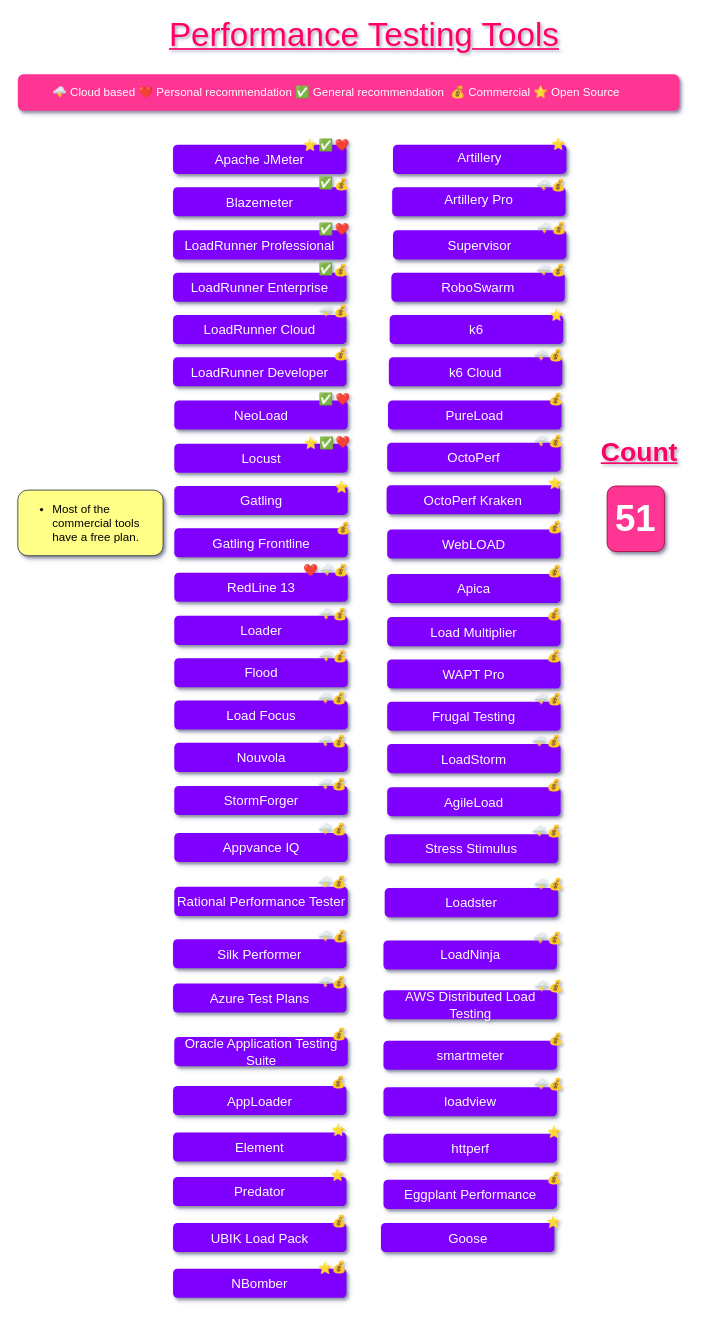
This is PerformanceTestingTools.drawio from QAInsights/Performance-Testing-Tools, a draw.io file, before an edit. Source tidied: cells renumbered, new cells numbered last; positions are measured from the earlier drawing's top-left corner, leaving out a move shared by most shapes. Both pictures are drawn from the tidied source at 83%, with x=0, y=0 at pixel (17, 26).
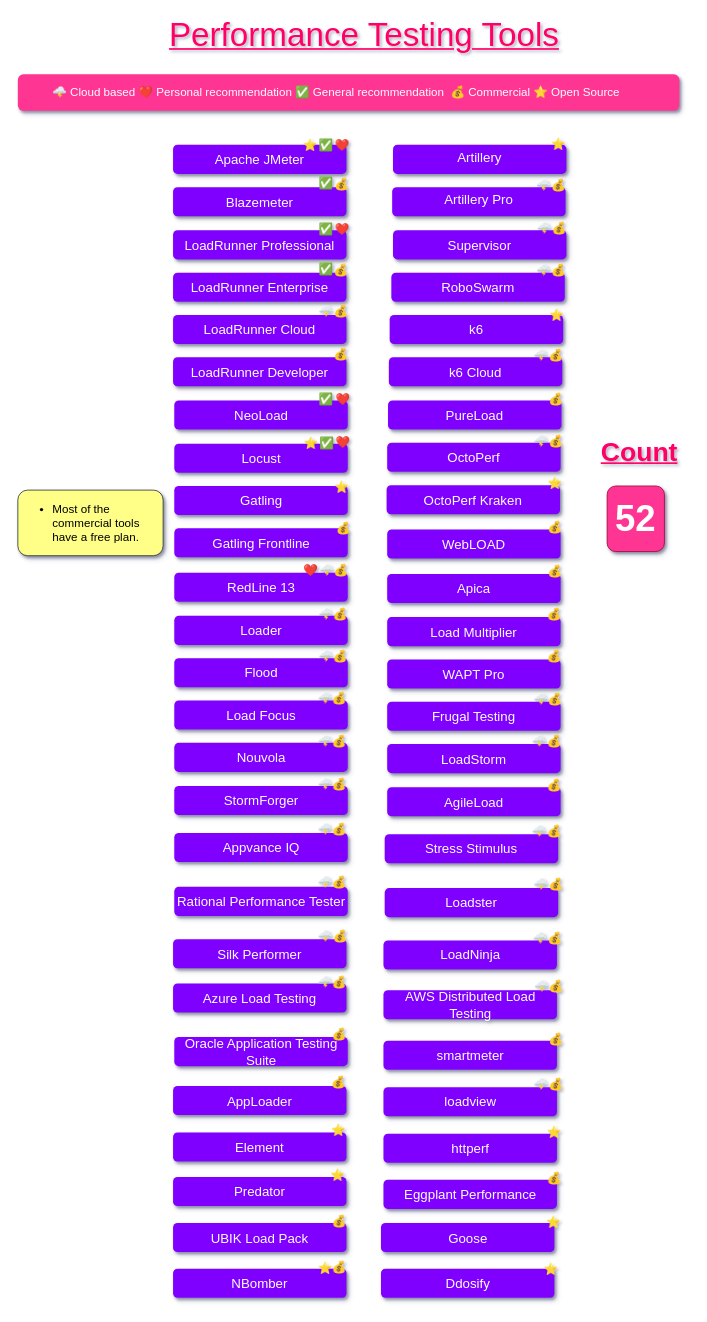
Above is the later version.

Commit message (it also covers changes not shown here):
Add: ddosify and Azure Load Testing

Diff of the diagram source:
```diff
@@
-    <mxCell id="124" value="Azure Test Plans" style="rounded=1;whiteSpace=wrap;html=1;shadow=1;glass=0;labelBackgroundColor=none;sketch=0;fontFamily=Ubuntu;fontSize=16;align=center;spacingRight=0;strokeColor=none;fontColor=#FFFFFF;fillColor=#7F00FF;" parent="1" vertex="1">
+    <mxCell id="124" value="Azure Load Testing" style="rounded=1;whiteSpace=wrap;html=1;shadow=1;glass=0;labelBackgroundColor=none;sketch=0;fontFamily=Ubuntu;fontSize=16;align=center;spacingRight=0;strokeColor=none;fontColor=#FFFFFF;fillColor=#7F00FF;" parent="1" vertex="1">
       <mxGeometry x="187" y="1153.5" width="209" height="35" as="geometry" />
     </mxCell>
@@
-    <mxCell id="159" value="&lt;div&gt;&lt;font style=&quot;font-size: 44px&quot;&gt;&lt;b&gt;51&lt;/b&gt;&lt;/font&gt;&lt;/div&gt;" style="rounded=1;whiteSpace=wrap;html=1;shadow=1;glass=0;labelBackgroundColor=none;sketch=0;fontFamily=Ubuntu;fontSize=14;align=center;spacingRight=0;strokeColor=#A50040;spacingTop=0;spacing=2;fontColor=#ffffff;fillColor=#FF3694;" parent="1" vertex="1">
+    <mxCell id="159" value="&lt;div&gt;&lt;font style=&quot;font-size: 44px&quot;&gt;&lt;b&gt;52&lt;/b&gt;&lt;/font&gt;&lt;/div&gt;" style="rounded=1;whiteSpace=wrap;html=1;shadow=1;glass=0;labelBackgroundColor=none;sketch=0;fontFamily=Ubuntu;fontSize=14;align=center;spacingRight=0;strokeColor=#A50040;spacingTop=0;spacing=2;fontColor=#ffffff;fillColor=#FF3694;" parent="1" vertex="1">
       <mxGeometry x="710" y="554" width="69" height="79" as="geometry" />
     </mxCell>
@@
+    <mxCell id="167" value="Ddosify" style="rounded=1;whiteSpace=wrap;html=1;shadow=1;glass=0;labelBackgroundColor=none;sketch=0;fontFamily=Ubuntu;fontSize=16;align=center;spacingRight=0;strokeColor=none;fontColor=#FFFFFF;fillColor=#7F00FF;" parent="1" vertex="1">
+      <mxGeometry x="437.5" y="1497" width="209" height="35" as="geometry" />
+    </mxCell>
+    <mxCell id="168" value="&lt;font style=&quot;font-size: 14px&quot;&gt;⭐&lt;/font&gt;" style="text;html=1;align=center;verticalAlign=middle;fontSize=16;fontFamily=Ubuntu;fontColor=#FFFFFF;" parent="1" vertex="1">
+      <mxGeometry x="627" y="1485" width="29" height="24" as="geometry" />
+    </mxCell>
```
